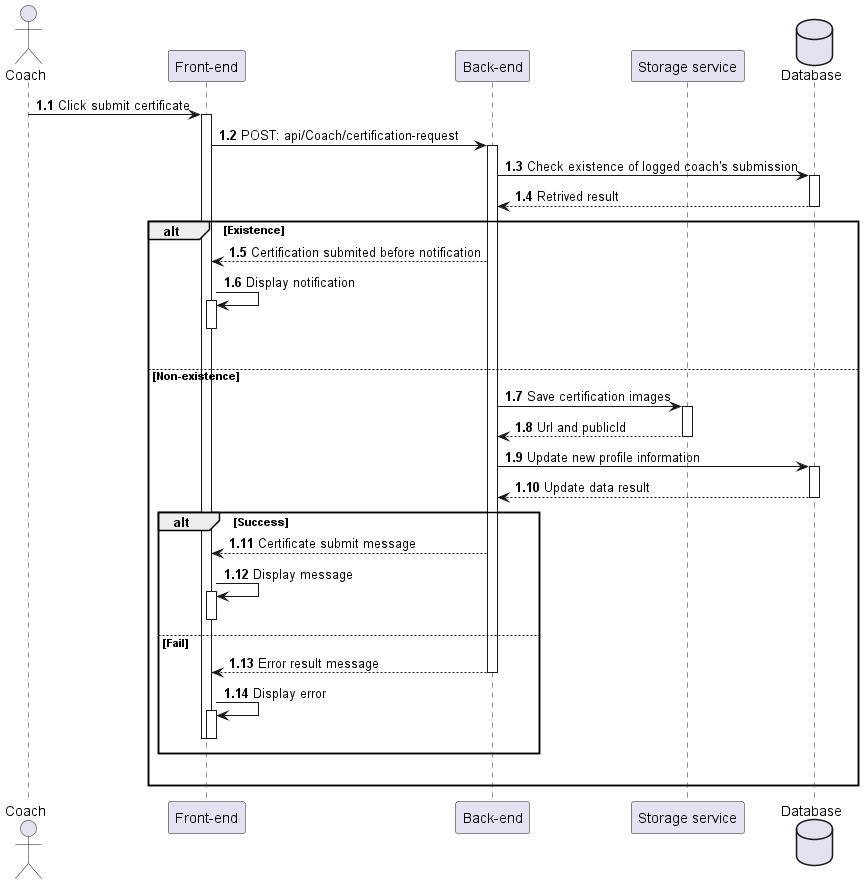
Earlier version of the PlantUML export out/Sequences_diagrams/CertificationSubmission/CertificationSubmit.png (HTPhong-276/iCoaching-Diagrams).
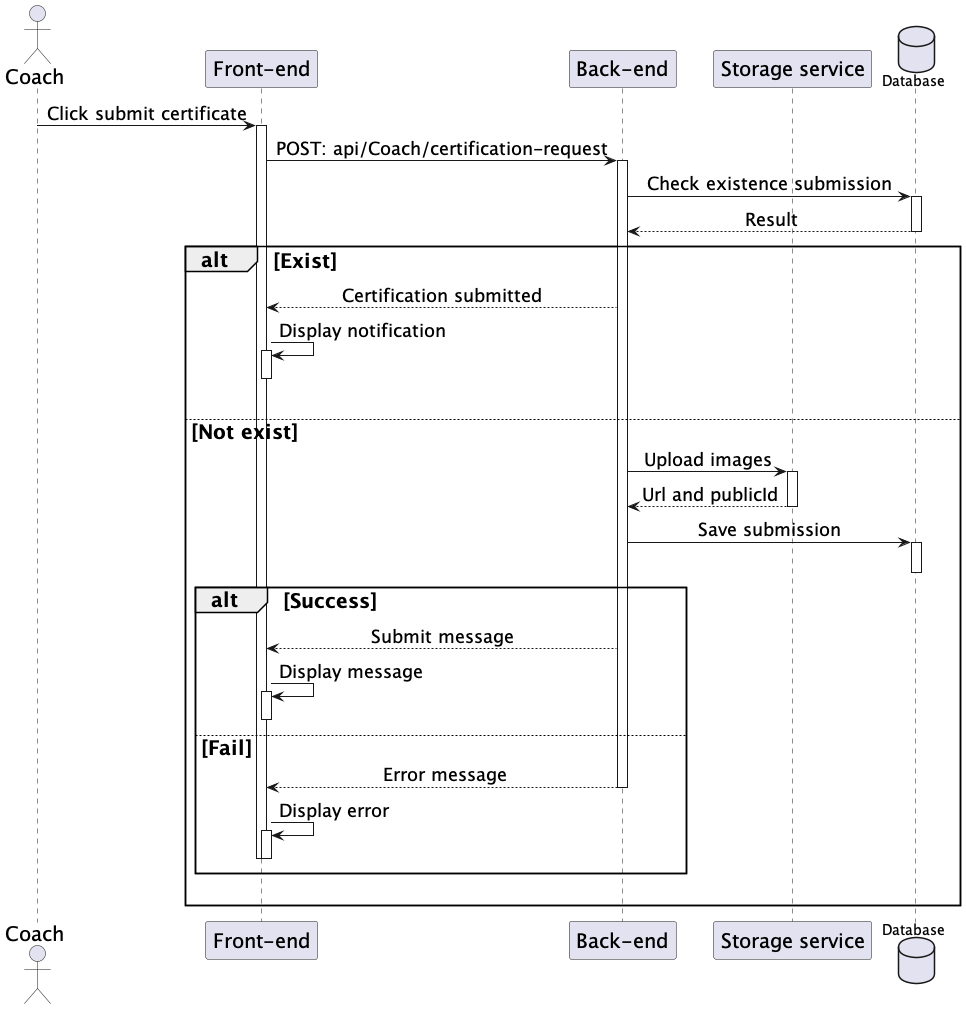
After the commit.

The edit, as a diff of the source:
```diff
@@ -1,39 +1,45 @@
 @startuml CertificationSubmit
+skinparam sequenceMessageAlign center
+skinparam sequenceGroupFontSize 20
+skinparam sequenceGroupHeaderFontSize 20
+skinparam sequence {
+    ParticipantFontSize 20
+    ActorFontSize 20
+    DatabaseFontSize 20
+    ArrowFontSize 18
+}
 actor Coach as user
 participant "Front-end" as client
 participant "Back-end" as server
 participant "Storage service" as imgCloud
 database "Database" as db
 
-autonumber 1.1 "<b>0:"
-
 user -> client++ : Click submit certificate
 client -> server++ : POST: api/Coach/certification-request
-server -> db++ : Check existence of logged coach's submission
-db --> server : Retrived result
+server -> db++ : Check existence submission
+db --> server : Result
 deactivate db
 
-alt Existence
-    server --> client : Certification submited before notification
+alt Exist
+    server --> client : Certification submitted
     client -> client++ : Display notification
     deactivate client
     |||
-else Non-existence
+else Not exist
 
-    server -> imgCloud++ : Save certification images
+    server -> imgCloud++ : Upload images
     imgCloud --> server : Url and publicId
     deactivate imgCloud
 
-    server -> db++ : Update new profile information
-    db --> server : Update data result
+    server -> db++ : Save submission
     deactivate db
 
     alt Success
-        server --> client : Certificate submit message
+        server --> client : Submit message
         client -> client++ : Display message
         deactivate client
     else Fail
-        server --> client : Error result message
+        server --> client : Error message
         deactivate server
         client -> client++ : Display error
         deactivate client
```
